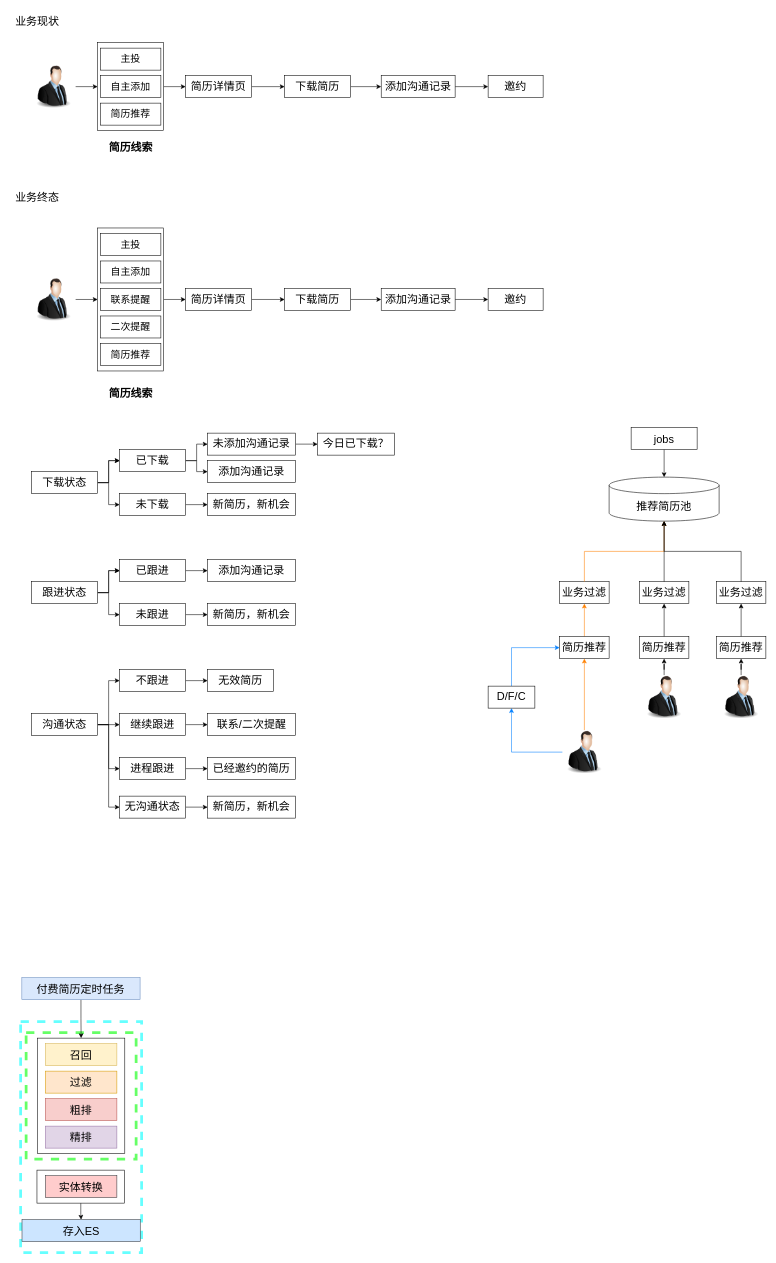
The draw.io diagram 简历推荐优化.drawio in LuOyEbY/draw-b, before the edit. Source tidied: cells renumbered, new cells numbered last; positions are measured from the earlier drawing's top-left corner, leaving out a move shared by most shapes. Both pictures are drawn from the tidied source at 55%, with x=0, y=0 at pixel (9, 9).
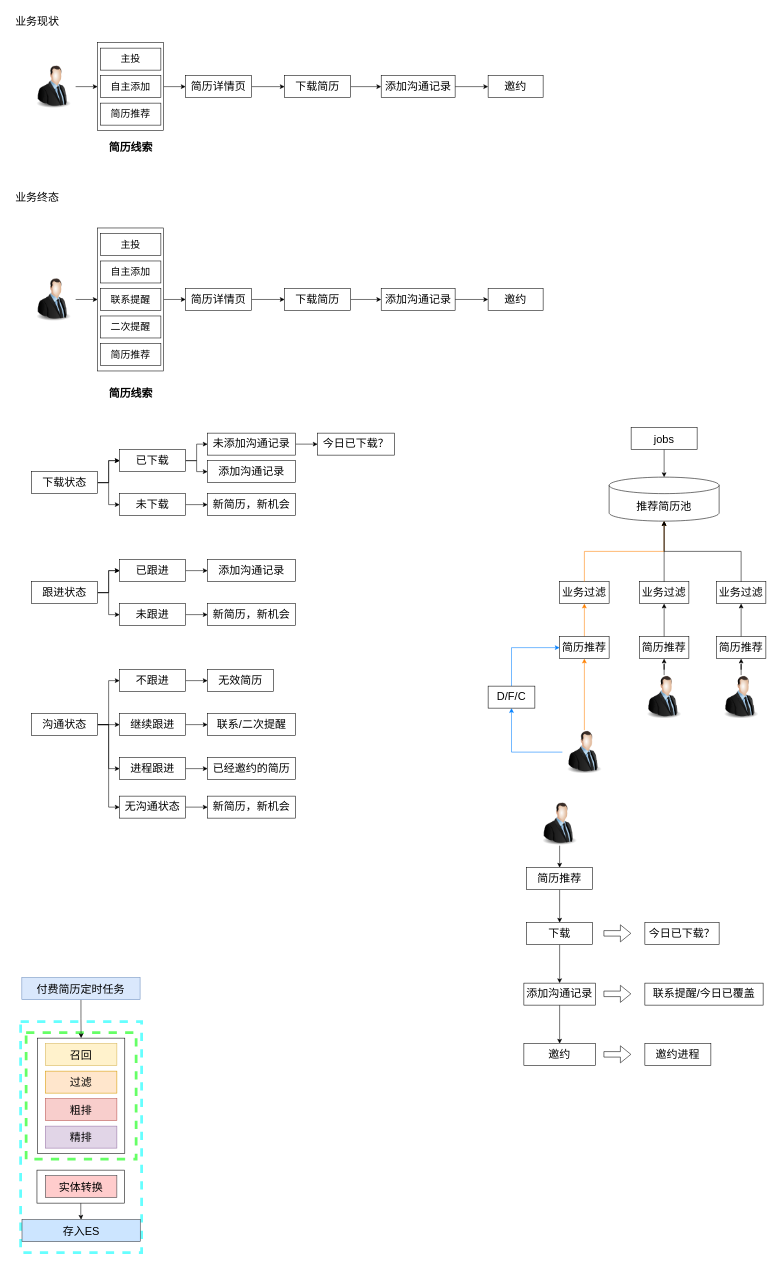
After the change.

Commit message (it also covers changes not shown here):
更新简历推荐优化.drawio

The edit, as a diff of the source:
```diff
@@
+    <mxCell id="114" style="edgeStyle=orthogonalEdgeStyle;rounded=0;jettySize=auto;html=1;" parent="1" edge="1" source="115" target="117">
+      <mxGeometry relative="1" as="geometry" />
+    </mxCell>
+    <mxCell id="115" style="image;html=1;image=img/lib/clip_art/people/Suit_Man_128x128.png;" parent="1" vertex="1">
+      <mxGeometry x="960" y="1440" width="80" height="80" as="geometry" />
+    </mxCell>
+    <mxCell id="116" style="edgeStyle=orthogonalEdgeStyle;rounded=0;jettySize=auto;html=1;" parent="1" edge="1" source="117" target="119">
+      <mxGeometry relative="1" as="geometry" />
+    </mxCell>
+    <mxCell id="117" value="简历推荐" style="whiteSpace=wrap;html=1;verticalAlign=top;labelBackgroundColor=default;fontSize=20;" parent="1" vertex="1">
+      <mxGeometry x="940" y="1560" width="120" height="40" as="geometry" />
+    </mxCell>
+    <mxCell id="118" style="edgeStyle=orthogonalEdgeStyle;rounded=0;jettySize=auto;html=1;" parent="1" edge="1" source="119" target="123">
+      <mxGeometry relative="1" as="geometry" />
+    </mxCell>
+    <mxCell id="119" value="下载" style="whiteSpace=wrap;html=1;verticalAlign=top;labelBackgroundColor=default;fontSize=20;" parent="1" vertex="1">
+      <mxGeometry x="940" y="1660" width="120" height="40" as="geometry" />
+    </mxCell>
+    <mxCell id="120" style="shape=flexArrow;endArrow=classic;html=1;rounded=0;" parent="1" edge="1">
+      <mxGeometry relative="1" as="geometry">
+        <mxPoint x="1080" y="1679.5" as="sourcePoint" />
+        <mxPoint x="1130" y="1679.5" as="targetPoint" />
+      </mxGeometry>
+    </mxCell>
+    <mxCell id="121" value="今日已下载？" style="whiteSpace=wrap;html=1;verticalAlign=top;labelBackgroundColor=default;fontSize=20;" parent="1" vertex="1">
+      <mxGeometry x="1155" y="1660" width="135" height="40" as="geometry" />
+    </mxCell>
+    <mxCell id="122" style="edgeStyle=orthogonalEdgeStyle;rounded=0;jettySize=auto;html=1;" parent="1" edge="1" source="123" target="126">
+      <mxGeometry relative="1" as="geometry" />
+    </mxCell>
+    <mxCell id="123" value="添加沟通记录" style="whiteSpace=wrap;html=1;verticalAlign=top;labelBackgroundColor=default;fontSize=20;" parent="1" vertex="1">
+      <mxGeometry x="935" y="1770" width="130" height="40" as="geometry" />
+    </mxCell>
+    <mxCell id="124" style="shape=flexArrow;endArrow=classic;html=1;rounded=0;" parent="1" edge="1">
+      <mxGeometry relative="1" as="geometry">
+        <mxPoint x="1080" y="1789.5" as="sourcePoint" />
+        <mxPoint x="1130" y="1789.5" as="targetPoint" />
+      </mxGeometry>
+    </mxCell>
+    <mxCell id="125" value="联系提醒/今日已覆盖" style="whiteSpace=wrap;html=1;verticalAlign=top;labelBackgroundColor=default;fontSize=20;" parent="1" vertex="1">
+      <mxGeometry x="1155" y="1770" width="215" height="40" as="geometry" />
+    </mxCell>
+    <mxCell id="126" value="邀约" style="whiteSpace=wrap;html=1;verticalAlign=top;labelBackgroundColor=default;fontSize=20;" parent="1" vertex="1">
+      <mxGeometry x="935" y="1880" width="130" height="40" as="geometry" />
+    </mxCell>
+    <mxCell id="127" style="shape=flexArrow;endArrow=classic;html=1;rounded=0;" parent="1" edge="1">
+      <mxGeometry relative="1" as="geometry">
+        <mxPoint x="1080" y="1899.5" as="sourcePoint" />
+        <mxPoint x="1130" y="1899.5" as="targetPoint" />
+      </mxGeometry>
+    </mxCell>
+    <mxCell id="128" value="邀约进程" style="whiteSpace=wrap;html=1;verticalAlign=top;labelBackgroundColor=default;fontSize=20;" parent="1" vertex="1">
+      <mxGeometry x="1155" y="1880" width="120" height="40" as="geometry" />
+    </mxCell>
```
